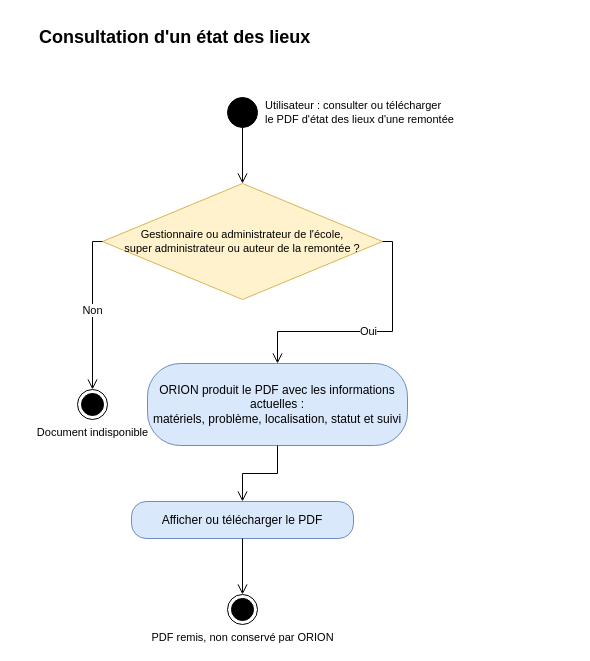
The draw.io diagram page "Consultation d'un état des lieux" (3 of 10) of docs/02-ANALYSE/01-MODELISATION-METIER/02-DIAGRAMMES-ACTIVITE.drawio in bpierrelouis/aster, before the edit. Source tidied: cells renumbered, new cells numbered last; positions are measured from the earlier drawing's top-left corner, leaving out a move shared by most shapes. Both pictures are drawn from the tidied source at 100%, with x=0, y=0 at pixel (37, 22).
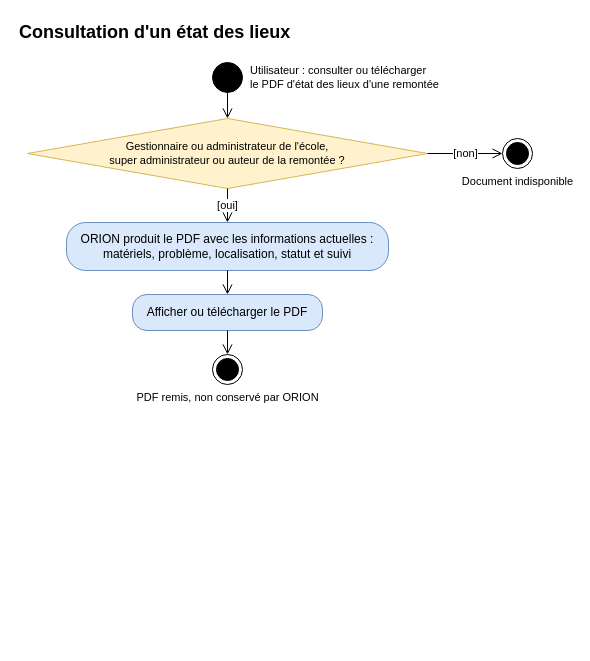
The same diagram, later.

Diff of the diagram source:
```diff
@@
 <mxGraphModel>
   <root>
     <mxCell id="0" />
     <mxCell id="1" parent="0" />
-    <mxCell id="2" value="Consultation d&amp;#x27;un état des lieux" style="text;html=1;align=left;verticalAlign=middle;strokeColor=none;fillColor=none;fontSize=18;fontStyle=1;" parent="1" vertex="1">
-      <mxGeometry width="500" height="30" as="geometry" />
+    <mxCell id="2" value="Consultation d'un état des lieux" style="text;html=1;align=left;verticalAlign=middle;strokeColor=none;fillColor=none;fontSize=18;fontStyle=1;" parent="1" vertex="1">
+      <mxGeometry x="-20" y="-5" width="260" height="30" as="geometry" />
     </mxCell>
     <mxCell id="3" value="Utilisateur : consulter ou télécharger&lt;br&gt;le PDF d'état des lieux d'une remontée" style="ellipse;html=1;fillColor=#000000;strokeColor=#000000;fontSize=11;labelPosition=right;verticalLabelPosition=middle;align=left;verticalAlign=middle;spacingLeft=6;" parent="1" vertex="1">
-      <mxGeometry x="190" y="75" width="30" height="30" as="geometry" />
+      <mxGeometry x="175" y="40" width="30" height="30" as="geometry" />
     </mxCell>
     <mxCell id="4" value="Gestionnaire ou administrateur de l'école,&lt;br&gt;super administrateur ou auteur de la remontée ?" style="rhombus;whiteSpace=wrap;html=1;fontSize=11;fillColor=#fff2cc;strokeColor=#d6b656;" parent="1" vertex="1">
-      <mxGeometry x="65" y="161" width="280" height="116" as="geometry" />
+      <mxGeometry x="-10" y="96" width="400" height="70" as="geometry" />
     </mxCell>
     <mxCell id="5" value="Document indisponible" style="ellipse;html=1;shape=endState;fillColor=#000000;strokeColor=#000000;verticalLabelPosition=bottom;verticalAlign=top;fontSize=11;" parent="1" vertex="1">
-      <mxGeometry x="40" y="367" width="30" height="30" as="geometry" />
+      <mxGeometry x="465" y="116" width="30" height="30" as="geometry" />
     </mxCell>
     <mxCell id="6" value="ORION produit le PDF avec les informations actuelles :&lt;br&gt;matériels, problème, localisation, statut et suivi" style="rounded=1;arcSize=40;whiteSpace=wrap;html=1;fontSize=12;fillColor=#dae8fc;strokeColor=#6c8ebf;" parent="1" vertex="1">
-      <mxGeometry x="110" y="341" width="260" height="82" as="geometry" />
+      <mxGeometry x="29" y="200" width="322" height="48" as="geometry" />
     </mxCell>
     <mxCell id="7" value="Afficher ou télécharger le PDF" style="rounded=1;arcSize=40;whiteSpace=wrap;html=1;fontSize=12;fillColor=#dae8fc;strokeColor=#6c8ebf;" parent="1" vertex="1">
-      <mxGeometry x="94" y="479" width="222" height="37" as="geometry" />
+      <mxGeometry x="95" y="272" width="190" height="36" as="geometry" />
     </mxCell>
     <mxCell id="8" value="PDF remis, non conservé par ORION" style="ellipse;html=1;shape=endState;fillColor=#000000;strokeColor=#000000;verticalLabelPosition=bottom;verticalAlign=top;fontSize=11;" parent="1" vertex="1">
-      <mxGeometry x="190" y="572" width="30" height="30" as="geometry" />
+      <mxGeometry x="175" y="332" width="30" height="30" as="geometry" />
     </mxCell>
     <mxCell id="9" style="edgeStyle=orthogonalEdgeStyle;endArrow=open;endSize=8;html=1;rounded=0;fontSize=11;labelBackgroundColor=#ffffff;exitX=0.5;exitY=1;exitDx=0;exitDy=0;entryX=0.5;entryY=0;entryDx=0;entryDy=0;" parent="1" edge="1" source="3" target="4">
       <mxGeometry relative="1" as="geometry" />
     </mxCell>
-    <mxCell id="10" value="Non" style="edgeStyle=orthogonalEdgeStyle;endArrow=open;endSize=8;html=1;rounded=0;fontSize=11;labelBackgroundColor=#ffffff;exitX=0;exitY=0.5;exitDx=0;exitDy=0;entryX=0.5;entryY=0;entryDx=0;entryDy=0;" parent="1" edge="1" source="4" target="5">
+    <mxCell id="10" value="[non]" style="edgeStyle=orthogonalEdgeStyle;endArrow=open;endSize=8;html=1;rounded=0;fontSize=11;labelBackgroundColor=#ffffff;exitX=1;exitY=0.5;exitDx=0;exitDy=0;entryX=0;entryY=0.5;entryDx=0;entryDy=0;" parent="1" edge="1" source="4" target="5">
       <mxGeometry relative="1" as="geometry" />
     </mxCell>
-    <mxCell id="11" value="Oui" style="edgeStyle=orthogonalEdgeStyle;endArrow=open;endSize=8;html=1;rounded=0;fontSize=11;labelBackgroundColor=#ffffff;exitX=1;exitY=0.5;exitDx=0;exitDy=0;entryX=0.5;entryY=0;entryDx=0;entryDy=0;" parent="1" edge="1" source="4" target="6">
+    <mxCell id="11" value="[oui]" style="edgeStyle=orthogonalEdgeStyle;endArrow=open;endSize=8;html=1;rounded=0;fontSize=11;labelBackgroundColor=#ffffff;exitX=0.5;exitY=1;exitDx=0;exitDy=0;entryX=0.5;entryY=0;entryDx=0;entryDy=0;" parent="1" edge="1" source="4" target="6">
       <mxGeometry relative="1" as="geometry" />
     </mxCell>
     <mxCell id="12" style="edgeStyle=orthogonalEdgeStyle;endArrow=open;endSize=8;html=1;rounded=0;fontSize=11;labelBackgroundColor=#ffffff;exitX=0.5;exitY=1;exitDx=0;exitDy=0;entryX=0.5;entryY=0;entryDx=0;entryDy=0;" parent="1" edge="1" source="6" target="7">
       <mxGeometry relative="1" as="geometry" />
     </mxCell>
     <mxCell id="13" style="edgeStyle=orthogonalEdgeStyle;endArrow=open;endSize=8;html=1;rounded=0;fontSize=11;labelBackgroundColor=#ffffff;exitX=0.5;exitY=1;exitDx=0;exitDy=0;entryX=0.5;entryY=0;entryDx=0;entryDy=0;" parent="1" edge="1" source="7" target="8">
       <mxGeometry relative="1" as="geometry" />
     </mxCell>
   </root>
 </mxGraphModel>
```
